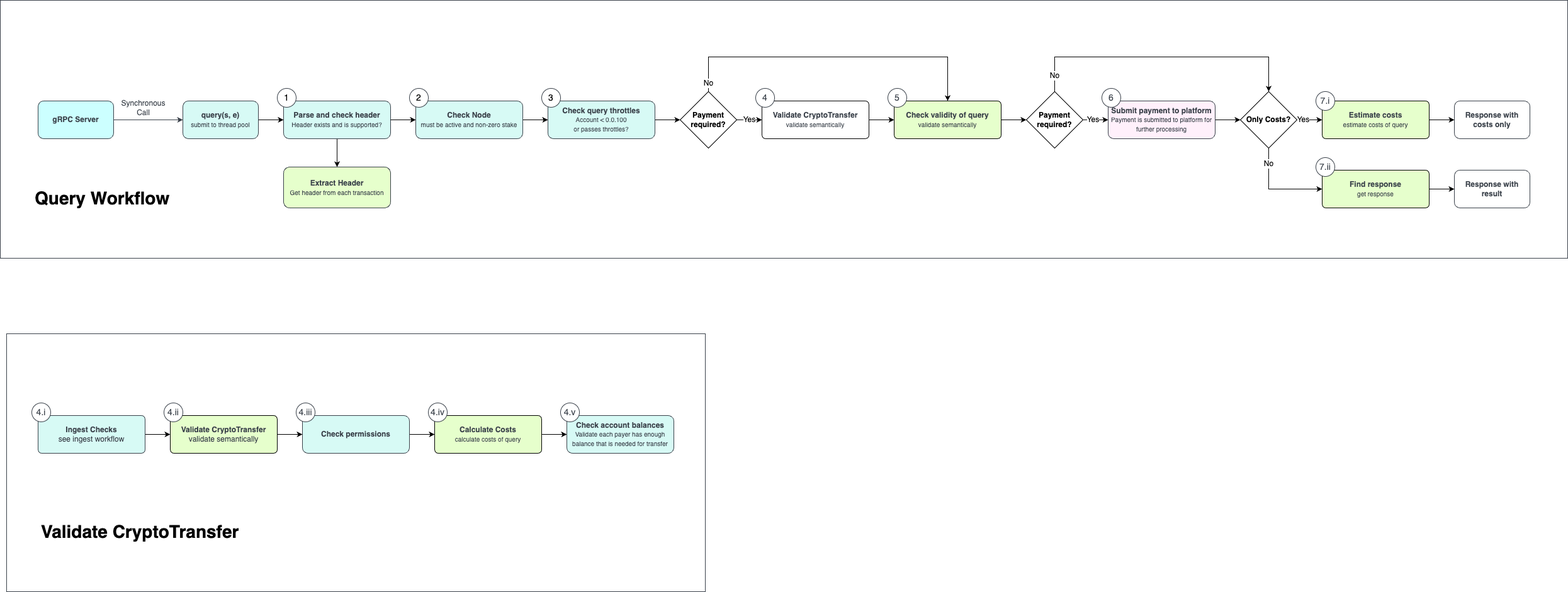
This is hedera-node/docs/design/app/images/Query Workflow.drawio.png from hashgraph/hedera-services, a draw.io export, as it was before one commit. Source tidied: cells renumbered, new cells last; positions are measured from the earlier drawing's top-left corner, leaving out a move shared by most shapes.
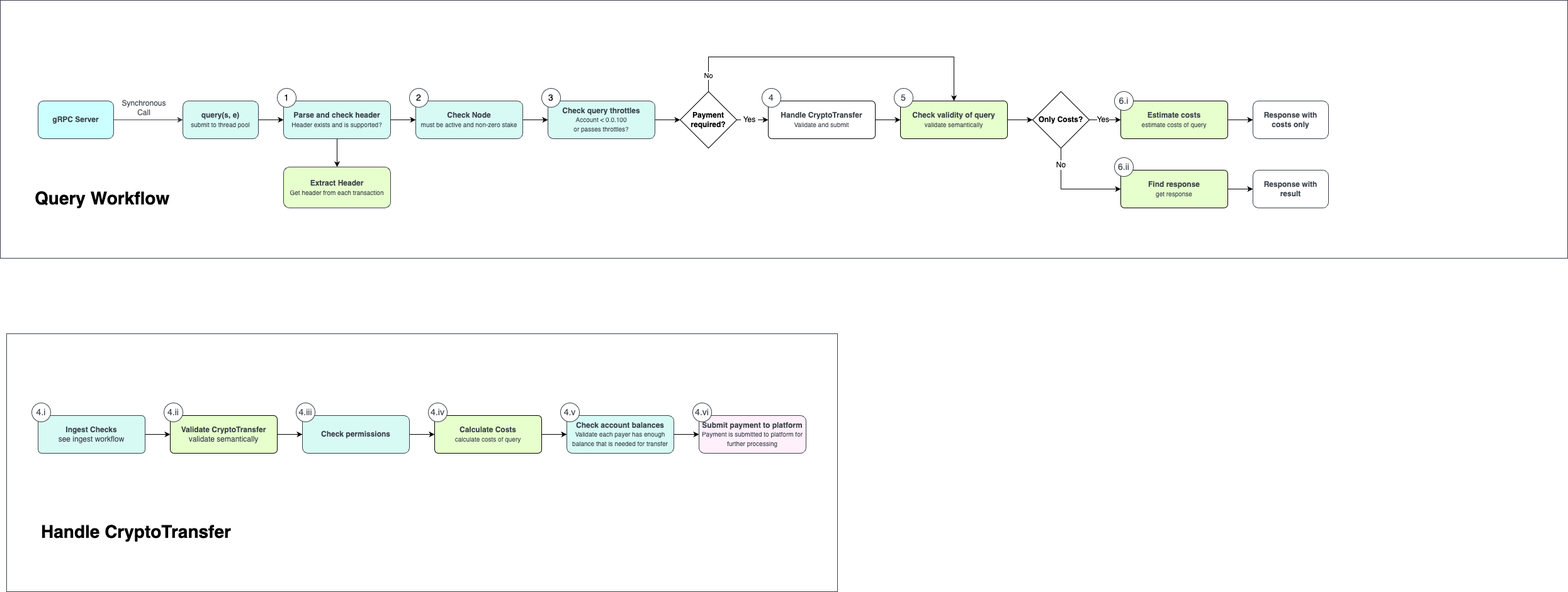
After the change.

Commit message:
Submit payment before validating query

What changed in the source:
```diff
@@ -2,6 +2,9 @@
   <root>
     <mxCell id="0" />
     <mxCell id="1" parent="0" />
+    <mxCell id="47" style="rounded=0;whiteSpace=wrap;html=1;strokeColor=#3A414A;fillColor=default;" parent="1" vertex="1">
+      <mxGeometry x="10" y="530" width="1320" height="410" as="geometry" />
+    </mxCell>
     <mxCell id="2" style="rounded=0;whiteSpace=wrap;html=1;strokeColor=#3A414A;fillColor=default;" parent="1" vertex="1">
       <mxGeometry width="2490" height="410" as="geometry" />
     </mxCell>
@@ -54,14 +57,14 @@
     <mxCell id="15" value="&lt;font color=&quot;#3a414a&quot;&gt;&lt;b&gt;Parse and check header&lt;br&gt;&lt;/b&gt;&lt;span style=&quot;font-size: 10px;&quot;&gt;Header exists and is supported?&lt;/span&gt;&lt;br&gt;&lt;/font&gt;" style="rounded=1;whiteSpace=wrap;html=1;fontSize=12;fillColor=#D7FAf5;strokeColor=#3A414A;" parent="1" vertex="1">
       <mxGeometry x="450" y="160" width="170" height="60" as="geometry" />
     </mxCell>
-    <mxCell id="16" value="Yes" style="edgeStyle=none;rounded=0;jettySize=auto;html=1;exitX=1;exitY=0.5;exitDx=0;exitDy=0;fontSize=12;entryX=0;entryY=0.5;entryDx=0;entryDy=0;" parent="1" edge="1" source="18" target="20">
-      <mxGeometry relative="1" as="geometry" />
+    <mxCell id="16" value="&amp;nbsp;Yes&amp;nbsp;" style="edgeStyle=none;rounded=0;jettySize=auto;html=1;exitX=1;exitY=0.5;exitDx=0;exitDy=0;fontSize=12;entryX=0;entryY=0.5;entryDx=0;entryDy=0;" parent="1" edge="1" source="18" target="20">
+      <mxGeometry x="-0.2" relative="1" as="geometry" />
     </mxCell>
-    <mxCell id="17" value="No" style="edgeStyle=orthogonalEdgeStyle;rounded=0;jettySize=auto;html=1;exitX=0.5;exitY=0;exitDx=0;exitDy=0;entryX=0.5;entryY=0;entryDx=0;entryDy=0;fontSize=12;" parent="1" edge="1" source="18" target="22">
-      <mxGeometry x="-0.95" relative="1" as="geometry">
+    <mxCell id="17" value="No" style="edgeStyle=orthogonalEdgeStyle;rounded=0;jettySize=auto;html=1;exitX=0.5;exitY=0;exitDx=0;exitDy=0;entryX=0.5;entryY=0;entryDx=0;entryDy=0;" parent="1" edge="1" source="18" target="22">
+      <mxGeometry x="-0.9" relative="1" as="geometry">
         <Array as="points">
           <mxPoint x="1125" y="90" />
-          <mxPoint x="1505" y="90" />
+          <mxPoint x="1515" y="90" />
         </Array>
       </mxGeometry>
     </mxCell>
@@ -71,72 +74,53 @@
     <mxCell id="19" style="edgeStyle=orthogonalEdgeStyle;rounded=0;jettySize=auto;html=1;exitX=1;exitY=0.5;exitDx=0;exitDy=0;entryX=0;entryY=0.5;entryDx=0;entryDy=0;" parent="1" edge="1" source="20" target="22">
       <mxGeometry relative="1" as="geometry" />
     </mxCell>
-    <mxCell id="20" value="&lt;font color=&quot;#3a414a&quot;&gt;&lt;b&gt;Validate CryptoTransfer&lt;/b&gt;&lt;br&gt;&lt;span style=&quot;font-size: 10px;&quot;&gt;validate semantically&lt;/span&gt;&lt;/font&gt;&lt;font color=&quot;#3a414a&quot;&gt;&lt;br&gt;&lt;/font&gt;" style="rounded=1;whiteSpace=wrap;html=1;fontSize=12;arcSize=10;fillStyle=auto;" parent="1" vertex="1">
-      <mxGeometry x="1210" y="160" width="170" height="60" as="geometry" />
+    <mxCell id="20" value="&lt;font color=&quot;#3a414a&quot;&gt;&lt;b&gt;Handle CryptoTransfer&lt;/b&gt;&lt;br&gt;&lt;span style=&quot;font-size: 10px;&quot;&gt;Validate and submit&lt;/span&gt;&lt;/font&gt;&lt;font color=&quot;#3a414a&quot;&gt;&lt;br&gt;&lt;/font&gt;" style="rounded=1;whiteSpace=wrap;html=1;fontSize=12;arcSize=10;fillStyle=auto;" parent="1" vertex="1">
+      <mxGeometry x="1220" y="160" width="170" height="60" as="geometry" />
     </mxCell>
-    <mxCell id="21" style="edgeStyle=orthogonalEdgeStyle;rounded=0;jettySize=auto;html=1;exitX=1;exitY=0.5;exitDx=0;exitDy=0;entryX=0;entryY=0.5;entryDx=0;entryDy=0;" parent="1" edge="1" source="22" target="27">
-      <mxGeometry relative="1" as="geometry" />
-    </mxCell>
+    <mxCell id="68" style="edgeStyle=orthogonalEdgeStyle;rounded=0;jettySize=auto;html=1;exitX=1;exitY=0.5;exitDx=0;exitDy=0;entryX=0;entryY=0.5;entryDx=0;entryDy=0;" parent="1" edge="1" source="22" target="30">
+      <mxGeometry relative="1" as="geometry" />
+    </mxCell>
     <mxCell id="22" value="&lt;font color=&quot;#3a414a&quot;&gt;&lt;b&gt;Check validity of query&lt;/b&gt;&lt;br&gt;&lt;span style=&quot;font-size: 10px;&quot;&gt;validate semantically&lt;/span&gt;&lt;br&gt;&lt;/font&gt;" style="rounded=1;whiteSpace=wrap;html=1;fontSize=12;fillColor=#E6FFCC;strokeColor=default;arcSize=10;fillStyle=auto;" parent="1" vertex="1">
-      <mxGeometry x="1420" y="160" width="170" height="60" as="geometry" />
+      <mxGeometry x="1430" y="160" width="170" height="60" as="geometry" />
     </mxCell>
-    <mxCell id="23" style="edgeStyle=orthogonalEdgeStyle;rounded=0;jettySize=auto;html=1;exitX=1;exitY=0.5;exitDx=0;exitDy=0;entryX=0;entryY=0.5;entryDx=0;entryDy=0;fontSize=10;" parent="1" edge="1" source="24" target="30">
-      <mxGeometry relative="1" as="geometry" />
-    </mxCell>
     <mxCell id="24" value="&lt;font color=&quot;#3a414a&quot;&gt;&lt;b&gt;Submit payment to platform&lt;/b&gt;&lt;br&gt;&lt;font style=&quot;font-size: 10px;&quot;&gt;Payment is submitted to platform for further processing&lt;/font&gt;&lt;br&gt;&lt;/font&gt;" style="rounded=1;whiteSpace=wrap;html=1;fontSize=12;fillColor=#FFF0FB;strokeColor=#3A414A;" parent="1" vertex="1">
-      <mxGeometry x="1760" y="160" width="170" height="60" as="geometry" />
+      <mxGeometry x="1110" y="660" width="170" height="60" as="geometry" />
     </mxCell>
-    <mxCell id="25" value="Yes" style="edgeStyle=orthogonalEdgeStyle;rounded=0;jettySize=auto;html=1;exitX=1;exitY=0.5;exitDx=0;exitDy=0;entryX=0;entryY=0.5;entryDx=0;entryDy=0;fontSize=12;" parent="1" edge="1" source="27" target="24">
-      <mxGeometry x="-0.2" relative="1" as="geometry" />
-    </mxCell>
-    <mxCell id="26" value="No" style="edgeStyle=orthogonalEdgeStyle;rounded=0;jettySize=auto;html=1;exitX=0.5;exitY=0;exitDx=0;exitDy=0;entryX=0.5;entryY=0;entryDx=0;entryDy=0;fontSize=12;" parent="1" edge="1" source="27" target="30">
-      <mxGeometry x="-0.89" relative="1" as="geometry">
-        <Array as="points">
-          <mxPoint x="1915" y="90" />
-          <mxPoint x="2235" y="90" />
-        </Array>
-      </mxGeometry>
-    </mxCell>
-    <mxCell id="27" value="&lt;font style=&quot;&quot;&gt;&lt;font style=&quot;font-size: 12px;&quot;&gt;&lt;b&gt;Payment required?&lt;/b&gt;&lt;/font&gt;&lt;br&gt;&lt;/font&gt;" style="rhombus;whiteSpace=wrap;html=1;" parent="1" vertex="1">
-      <mxGeometry x="1630" y="145" width="90" height="90" as="geometry" />
-    </mxCell>
     <mxCell id="28" value="No" style="edgeStyle=orthogonalEdgeStyle;rounded=0;jettySize=auto;html=1;exitX=0.5;exitY=1;exitDx=0;exitDy=0;entryX=0;entryY=0.5;entryDx=0;entryDy=0;fontSize=12;" parent="1" edge="1" source="30" target="36">
       <mxGeometry x="-0.67" relative="1" as="geometry" />
     </mxCell>
     <mxCell id="29" value="Yes" style="edgeStyle=orthogonalEdgeStyle;rounded=0;jettySize=auto;html=1;exitX=1;exitY=0.5;exitDx=0;exitDy=0;entryX=0;entryY=0.5;entryDx=0;entryDy=0;fontSize=12;" parent="1" edge="1" source="30" target="44">
-      <mxGeometry x="-0.5" relative="1" as="geometry">
-        <mxPoint x="-1" as="offset" />
-      </mxGeometry>
+      <mxGeometry x="-0.11" relative="1" as="geometry" />
     </mxCell>
     <mxCell id="30" value="&lt;font style=&quot;&quot;&gt;&lt;font style=&quot;font-size: 12px;&quot;&gt;&lt;b&gt;Only Costs?&lt;/b&gt;&lt;/font&gt;&lt;br&gt;&lt;/font&gt;" style="rhombus;whiteSpace=wrap;html=1;" parent="1" vertex="1">
-      <mxGeometry x="1970" y="145" width="90" height="90" as="geometry" />
+      <mxGeometry x="1640" y="145" width="90" height="90" as="geometry" />
     </mxCell>
     <mxCell id="31" value="&lt;font color=&quot;#3a414a&quot;&gt;&lt;b&gt;Response with result&lt;/b&gt;&lt;br&gt;&lt;/font&gt;" style="rounded=1;whiteSpace=wrap;html=1;fontSize=12;fillColor=none;strokeColor=#3A414A;" parent="1" vertex="1">
-      <mxGeometry x="2310" y="270" width="120" height="60" as="geometry" />
+      <mxGeometry x="1990" y="270" width="120" height="60" as="geometry" />
     </mxCell>
     <mxCell id="32" value="&lt;font color=&quot;#3a414a&quot;&gt;&lt;b&gt;Response with costs only&lt;/b&gt;&lt;br&gt;&lt;/font&gt;" style="rounded=1;whiteSpace=wrap;html=1;fontSize=12;fillColor=none;strokeColor=#3A414A;" parent="1" vertex="1">
-      <mxGeometry x="2310" y="160" width="120" height="60" as="geometry" />
+      <mxGeometry x="1990" y="160" width="120" height="60" as="geometry" />
     </mxCell>
     <mxCell id="33" value="1" style="ellipse;whiteSpace=wrap;html=1;labelBorderColor=none;strokeColor=#3A414A;fontSize=14;fontColor=default;fillColor=default;" parent="1" vertex="1">
       <mxGeometry x="440" y="140" width="30" height="30" as="geometry" />
     </mxCell>
     <mxCell id="34" value="4" style="ellipse;whiteSpace=wrap;html=1;labelBorderColor=none;strokeColor=#3A414A;fontSize=14;fontColor=#3A414A;fillColor=default;" parent="1" vertex="1">
-      <mxGeometry x="1200" y="140" width="30" height="30" as="geometry" />
+      <mxGeometry x="1210" y="140" width="30" height="30" as="geometry" />
     </mxCell>
     <mxCell id="35" style="edgeStyle=orthogonalEdgeStyle;rounded=0;jettySize=auto;html=1;exitX=1;exitY=0.5;exitDx=0;exitDy=0;fontSize=12;" parent="1" edge="1" source="36" target="31">
       <mxGeometry relative="1" as="geometry" />
     </mxCell>
     <mxCell id="36" value="&lt;font color=&quot;#3a414a&quot;&gt;&lt;b&gt;Find response&lt;/b&gt;&lt;br&gt;&lt;span style=&quot;font-size: 10px;&quot;&gt;get response&lt;/span&gt;&lt;br&gt;&lt;/font&gt;" style="rounded=1;whiteSpace=wrap;html=1;fontSize=12;fillColor=#E6FFCC;strokeColor=default;arcSize=10;fillStyle=auto;" parent="1" vertex="1">
-      <mxGeometry x="2100" y="270" width="170" height="60" as="geometry" />
+      <mxGeometry x="1780" y="270" width="170" height="60" as="geometry" />
     </mxCell>
     <mxCell id="37" value="5" style="ellipse;whiteSpace=wrap;html=1;labelBorderColor=none;strokeColor=#3A414A;fontSize=14;fontColor=#3A414A;fillColor=default;" parent="1" vertex="1">
-      <mxGeometry x="1410" y="140" width="30" height="30" as="geometry" />
+      <mxGeometry x="1420" y="140" width="30" height="30" as="geometry" />
     </mxCell>
-    <mxCell id="38" value="6" style="ellipse;whiteSpace=wrap;html=1;labelBorderColor=none;strokeColor=#3A414A;fontSize=14;fontColor=#3A414A;fillColor=default;" parent="1" vertex="1">
-      <mxGeometry x="1750" y="140" width="30" height="30" as="geometry" />
+    <mxCell id="38" value="4.vi" style="ellipse;whiteSpace=wrap;html=1;labelBorderColor=none;strokeColor=#3A414A;fontSize=14;fontColor=#3A414A;fillColor=default;" parent="1" vertex="1">
+      <mxGeometry x="1100" y="640" width="30" height="30" as="geometry" />
     </mxCell>
-    <mxCell id="39" value="7.ii" style="ellipse;whiteSpace=wrap;html=1;labelBorderColor=none;strokeColor=#3A414A;fontSize=14;fontColor=#3A414A;fillColor=default;" parent="1" vertex="1">
-      <mxGeometry x="2090" y="250" width="30" height="30" as="geometry" />
+    <mxCell id="39" value="6.ii" style="ellipse;whiteSpace=wrap;html=1;labelBorderColor=none;strokeColor=#3A414A;fontSize=14;fontColor=#3A414A;fillColor=default;" parent="1" vertex="1">
+      <mxGeometry x="1770" y="250" width="30" height="30" as="geometry" />
     </mxCell>
     <mxCell id="40" style="edgeStyle=orthogonalEdgeStyle;rounded=0;jettySize=auto;html=1;exitX=1;exitY=0.5;exitDx=0;exitDy=0;entryX=0;entryY=0.5;entryDx=0;entryDy=0;" parent="1" edge="1" source="41" target="18">
       <mxGeometry relative="1" as="geometry" />
@@ -151,18 +135,15 @@
       <mxGeometry relative="1" as="geometry" />
     </mxCell>
     <mxCell id="44" value="&lt;font color=&quot;#3a414a&quot;&gt;&lt;b&gt;Estimate costs&lt;/b&gt;&lt;br&gt;&lt;span style=&quot;font-size: 10px;&quot;&gt;estimate costs of query&lt;/span&gt;&lt;br&gt;&lt;/font&gt;" style="rounded=1;whiteSpace=wrap;html=1;fontSize=12;fillColor=#E6FFCC;strokeColor=default;arcSize=10;fillStyle=auto;" parent="1" vertex="1">
-      <mxGeometry x="2100" y="160" width="170" height="60" as="geometry" />
+      <mxGeometry x="1780" y="160" width="170" height="60" as="geometry" />
     </mxCell>
-    <mxCell id="45" value="7.i" style="ellipse;whiteSpace=wrap;html=1;labelBorderColor=none;strokeColor=#3A414A;fontSize=14;fontColor=#3A414A;fillColor=default;" parent="1" vertex="1">
-      <mxGeometry x="2090" y="145" width="30" height="30" as="geometry" />
+    <mxCell id="45" value="6.i" style="ellipse;whiteSpace=wrap;html=1;labelBorderColor=none;strokeColor=#3A414A;fontSize=14;fontColor=#3A414A;fillColor=default;" parent="1" vertex="1">
+      <mxGeometry x="1770" y="145" width="30" height="30" as="geometry" />
     </mxCell>
     <mxCell id="46" value="&lt;font color=&quot;#3a414a&quot;&gt;&lt;b&gt;Extract Header&lt;/b&gt;&lt;br&gt;&lt;span style=&quot;font-size: 10px;&quot;&gt;Get header from each transaction&lt;/span&gt;&lt;br&gt;&lt;/font&gt;" style="rounded=1;whiteSpace=wrap;html=1;fontSize=12;fillColor=#E6FFCC;strokeColor=#3A414A;" parent="1" vertex="1">
       <mxGeometry x="450" y="265" width="170" height="65" as="geometry" />
     </mxCell>
-    <mxCell id="47" style="rounded=0;whiteSpace=wrap;html=1;strokeColor=#3A414A;fillColor=default;" parent="1" vertex="1">
-      <mxGeometry x="10" y="530" width="1110" height="410" as="geometry" />
-    </mxCell>
-    <mxCell id="48" value="&lt;h1&gt;Validate CryptoTransfer&lt;/h1&gt;" style="text;html=1;strokeColor=none;fillColor=none;spacing=5;spacingTop=-20;whiteSpace=wrap;overflow=hidden;rounded=0;labelBorderColor=none;fontSize=14;fontColor=default;labelBackgroundColor=none;" parent="1" vertex="1">
+    <mxCell id="48" value="&lt;h1&gt;Handle CryptoTransfer&lt;/h1&gt;" style="text;html=1;strokeColor=none;fillColor=none;spacing=5;spacingTop=-20;whiteSpace=wrap;overflow=hidden;rounded=0;labelBorderColor=none;fontSize=14;fontColor=default;labelBackgroundColor=none;" parent="1" vertex="1">
       <mxGeometry x="60" y="820" width="480" height="50" as="geometry" />
     </mxCell>
     <mxCell id="49" style="edgeStyle=orthogonalEdgeStyle;rounded=0;orthogonalLoop=1;jettySize=auto;html=1;exitX=1;exitY=0.5;exitDx=0;exitDy=0;entryX=0;entryY=0.5;entryDx=0;entryDy=0;" parent="1" edge="1">
@@ -208,6 +189,9 @@
     <mxCell id="61" value="&lt;font color=&quot;#3a414a&quot;&gt;&lt;b&gt;Calculate Costs&lt;/b&gt;&lt;br&gt;&lt;span style=&quot;font-size: 10px;&quot;&gt;calculate costs of query&lt;/span&gt;&lt;/font&gt;&lt;font color=&quot;#3a414a&quot;&gt;&lt;br&gt;&lt;/font&gt;" style="rounded=1;whiteSpace=wrap;html=1;fontSize=12;fillColor=#E6FFCC;strokeColor=default;arcSize=10;fillStyle=auto;" parent="1" vertex="1">
       <mxGeometry x="690" y="660" width="170" height="60" as="geometry" />
     </mxCell>
+    <mxCell id="69" style="edgeStyle=orthogonalEdgeStyle;rounded=0;jettySize=auto;html=1;exitX=1;exitY=0.5;exitDx=0;exitDy=0;entryX=0;entryY=0.5;entryDx=0;entryDy=0;" parent="1" edge="1" source="62" target="24">
+      <mxGeometry relative="1" as="geometry" />
+    </mxCell>
     <mxCell id="62" value="&lt;font color=&quot;#3a414a&quot;&gt;&lt;b&gt;Check account balances&lt;/b&gt;&lt;/font&gt;&lt;b style=&quot;color: rgb(58, 65, 74);&quot;&gt;&lt;br&gt;&lt;/b&gt;&lt;font style=&quot;color: rgb(58, 65, 74); font-size: 10px;&quot;&gt;Validate each payer has enough balance that is needed for transfer&lt;/font&gt;&lt;font color=&quot;#3a414a&quot;&gt;&lt;br&gt;&lt;/font&gt;" style="rounded=1;whiteSpace=wrap;html=1;fontSize=12;fillColor=#D7FAf5;strokeColor=#3A414A;" parent="1" vertex="1">
       <mxGeometry x="900" y="660" width="170" height="60" as="geometry" />
     </mxCell>
```
